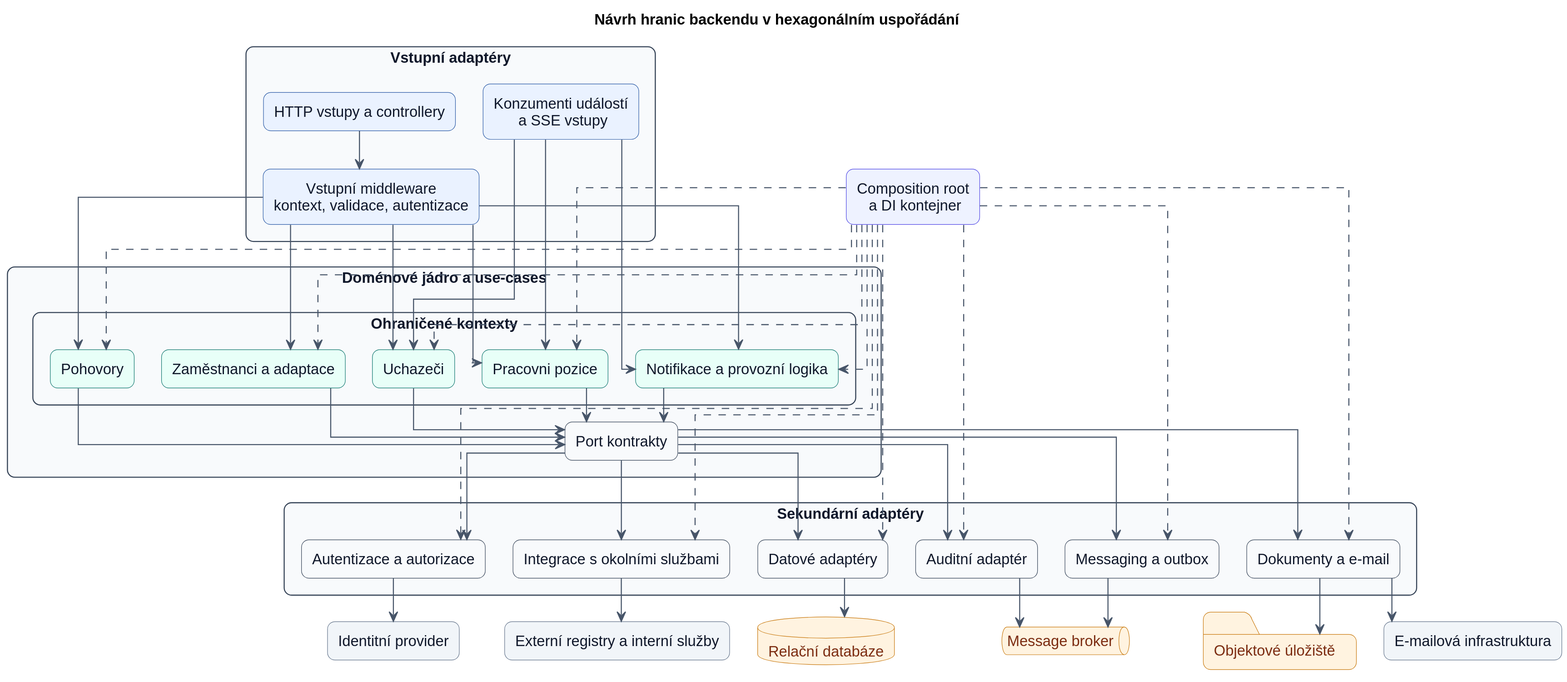
The PlantUML diagram procesy/architecture/backend-structure.svg in pavelvachaaa/diploma-thesis, before a commit.
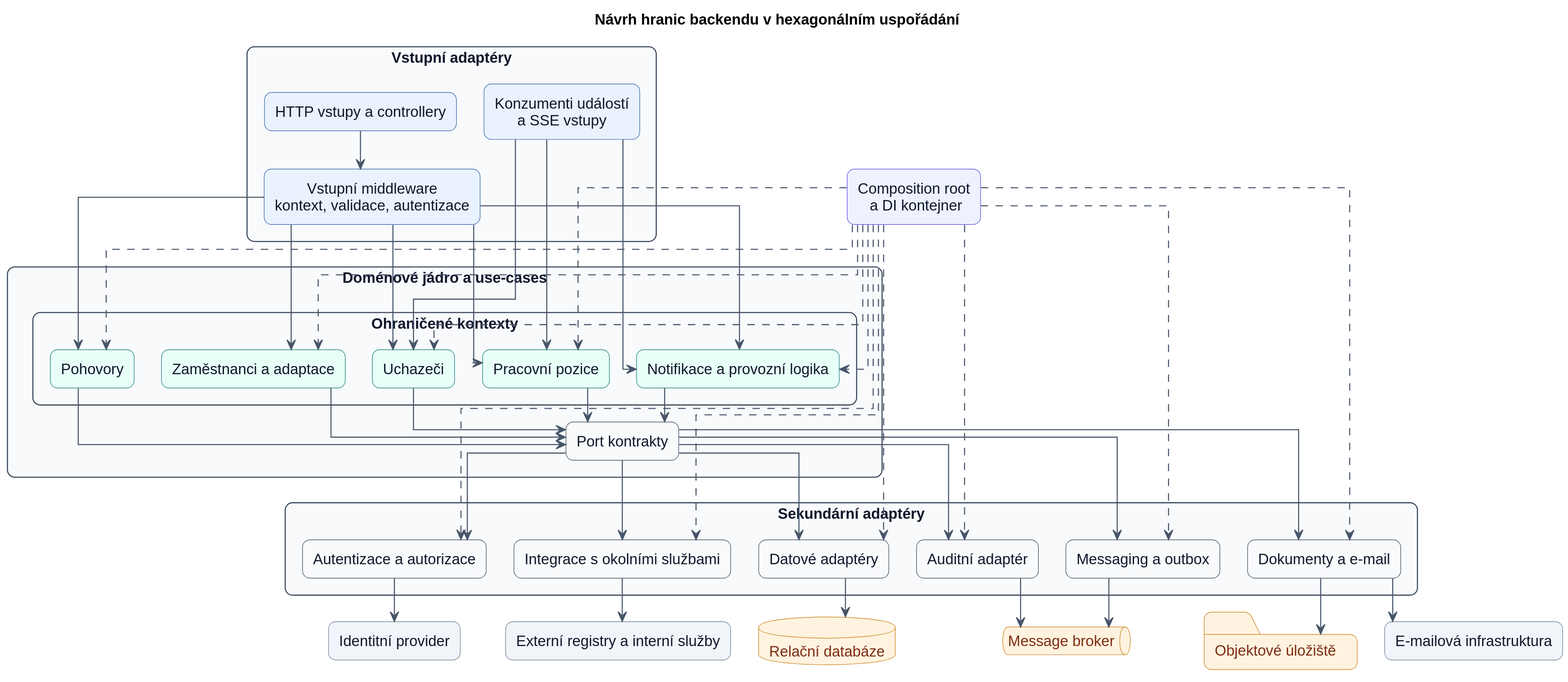
The same file after the commit.

Diff of the diagram source:
```diff
@@ -64,13 +64,13 @@
 package "Vstupní adaptéry" {
   rectangle "HTTP vstupy a controllery" <<frontend>> as ROUTES
   rectangle "Vstupní middleware\nkontext, validace, autentizace" <<frontend>> as MW
-  rectangle "Konzumenti událostí\n a SSE vstupy" <<frontend>> as CONSUMERS
+  rectangle "Konzumenti událostí\na SSE vstupy" <<frontend>> as CONSUMERS
 }
 
 package "Doménové jádro a use-cases" {
   package "Ohraničené kontexty" {
     rectangle "Uchazeči" <<service>> as M_APP
-    rectangle "Pracovni pozice" <<service>> as M_JOBS
+    rectangle "Pracovní pozice" <<service>> as M_JOBS
     rectangle "Pohovory" <<service>> as M_INT
     rectangle "Zaměstnanci a adaptace" <<service>> as M_EMP
     rectangle "Notifikace a provozní logika" <<service>> as M_OTHER
```
